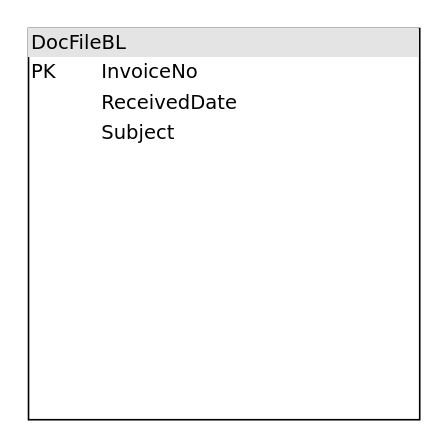
The draw.io diagram page "Board3_Spareparts_IPS" (3 of 3) of TAM_IMIS_diagram.drawio in RifqiG759/BI_datasets, before the edit. Source tidied: cells renumbered, new cells numbered last; positions are measured from the earlier drawing's top-left corner, leaving out a move shared by most shapes. Both pictures are drawn from the tidied source at 163%, with x=0, y=0 at pixel (28, 28).
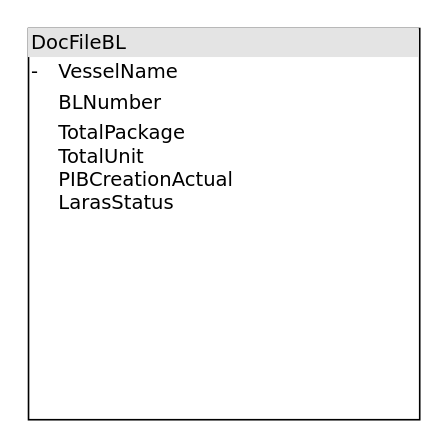
The same page after the edit.

What changed in the source:
```diff
@@
 <mxGraphModel>
   <root>
     <mxCell id="0" />
     <mxCell id="1" parent="0" />
-    <mxCell id="2" value="&lt;div style=&quot;box-sizing: border-box ; width: 100% ; background: #e4e4e4 ; padding: 2px&quot;&gt;DocFileBL&lt;/div&gt;&lt;table style=&quot;width: 100% ; font-size: 1em&quot; cellpadding=&quot;2&quot; cellspacing=&quot;0&quot;&gt;&lt;tbody&gt;&lt;tr&gt;&lt;td&gt;PK&lt;/td&gt;&lt;td&gt;InvoiceNo&lt;/td&gt;&lt;/tr&gt;&lt;tr&gt;&lt;td&gt;&lt;/td&gt;&lt;td&gt;ReceivedDate&lt;/td&gt;&lt;/tr&gt;&lt;tr&gt;&lt;td&gt;&lt;/td&gt;&lt;td&gt;Subject&lt;br&gt;&lt;br&gt;&lt;/td&gt;&lt;/tr&gt;&lt;tr&gt;&lt;td&gt;&lt;/td&gt;&lt;td&gt;&lt;/td&gt;&lt;/tr&gt;&lt;/tbody&gt;&lt;/table&gt;" style="verticalAlign=top;align=left;overflow=fill;html=1;rounded=0;shadow=0;comic=0;labelBackgroundColor=none;strokeColor=#000000;strokeWidth=1;fillColor=#ffffff;fontFamily=Verdana;fontSize=12;fontColor=#000000;" parent="1" vertex="1">
+    <mxCell id="2" value="&lt;div style=&quot;box-sizing: border-box ; width: 100% ; background: #e4e4e4 ; padding: 2px&quot;&gt;DocFileBL&lt;/div&gt;&lt;table style=&quot;width: 100% ; font-size: 1em&quot; cellpadding=&quot;2&quot; cellspacing=&quot;0&quot;&gt;&lt;tbody&gt;&lt;tr&gt;&lt;td&gt;-&lt;/td&gt;&lt;td&gt;VesselName&lt;/td&gt;&lt;/tr&gt;&lt;tr&gt;&lt;td&gt;&lt;/td&gt;&lt;td&gt;BLNumber&lt;/td&gt;&lt;/tr&gt;&lt;tr&gt;&lt;td&gt;&lt;/td&gt;&lt;td&gt;TotalPackage&lt;br&gt;TotalUnit&lt;br&gt;PIBCreationActual&lt;br&gt;LarasStatus&lt;br&gt;&lt;br&gt;&lt;br&gt;&lt;br&gt;&lt;/td&gt;&lt;/tr&gt;&lt;tr&gt;&lt;td&gt;&lt;/td&gt;&lt;td&gt;&lt;/td&gt;&lt;/tr&gt;&lt;/tbody&gt;&lt;/table&gt;" style="verticalAlign=top;align=left;overflow=fill;html=1;rounded=0;shadow=0;comic=0;labelBackgroundColor=none;strokeColor=#000000;strokeWidth=1;fillColor=#ffffff;fontFamily=Verdana;fontSize=12;fontColor=#000000;" parent="1" vertex="1">
       <mxGeometry width="240" height="240" as="geometry" />
     </mxCell>
   </root>
 </mxGraphModel>
```
